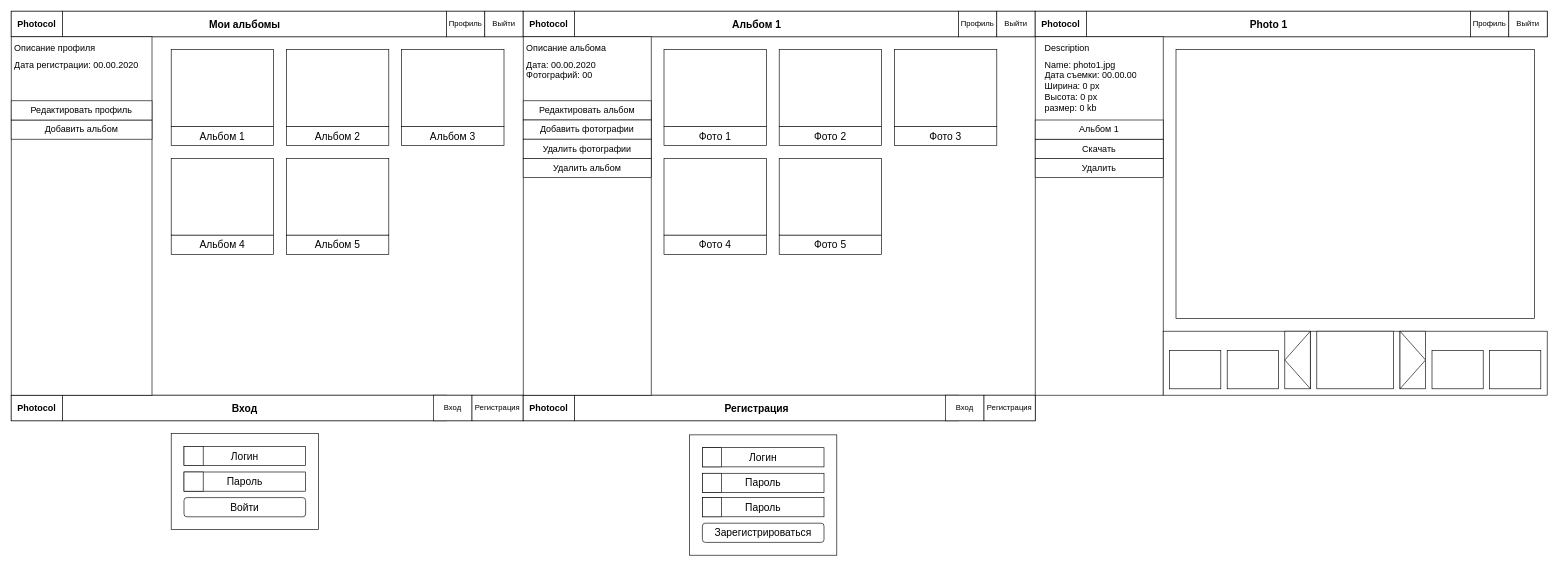
This is page "PageLayout" (2 of 2) of photocol.drawio from kolokolov-i/photocol, a draw.io file, before an edit. Source tidied: cells renumbered, new cells numbered last; positions are measured from the earlier drawing's top-left corner, leaving out a move shared by most shapes. Both pictures are drawn from the tidied source at 64%, with x=0, y=0 at pixel (11, 11).
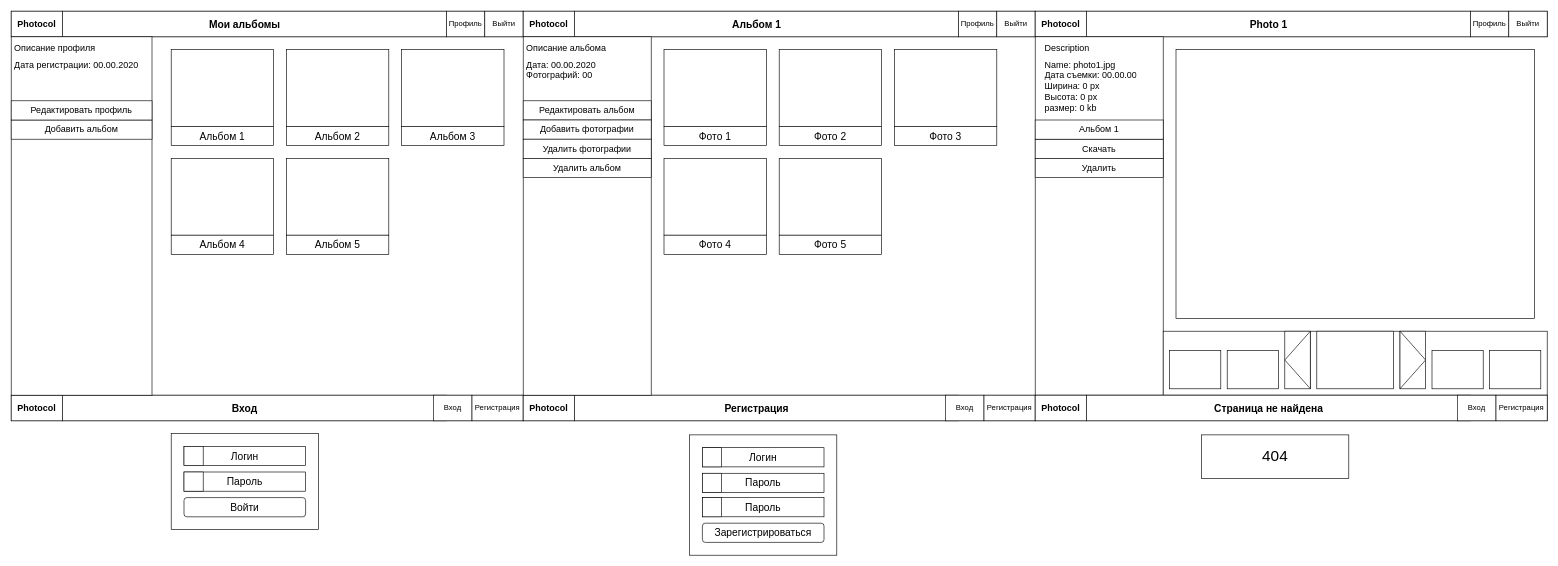
After the change.

Change to the diagram source:
```diff
@@
+    <mxCell id="104" style="html=1;shadow=0;dashed=0;shape=mxgraph.bootstrap.rect;whiteSpace=wrap;" parent="1" vertex="1">
+      <mxGeometry x="1600" y="600" width="800" height="40" as="geometry" />
+    </mxCell>
+    <mxCell id="105" value="Photocol" style="html=1;shadow=0;dashed=0;shape=mxgraph.bootstrap.rect;fontSize=14;whiteSpace=wrap;fontStyle=1;" parent="104" vertex="1">
+      <mxGeometry width="80" height="40" as="geometry" />
+    </mxCell>
+    <mxCell id="106" value="Страница не найдена" style="html=1;shadow=0;dashed=0;shape=mxgraph.bootstrap.rect;spacingRight=30;whiteSpace=wrap;fontSize=16;fontStyle=1;" parent="104" vertex="1">
+      <mxGeometry x="80" width="600" height="40" as="geometry" />
+    </mxCell>
+    <mxCell id="107" value="Вход" style="html=1;shadow=0;dashed=0;shape=mxgraph.bootstrap.rect;whiteSpace=wrap;" parent="104" vertex="1">
+      <mxGeometry x="660" width="60" height="40" as="geometry" />
+    </mxCell>
+    <mxCell id="108" value="Регистрация" style="html=1;shadow=0;dashed=0;shape=mxgraph.bootstrap.rect;whiteSpace=wrap;" parent="104" vertex="1">
+      <mxGeometry x="720" width="80" height="40" as="geometry" />
+    </mxCell>
+    <mxCell id="109" value="404" style="rounded=0;whiteSpace=wrap;html=1;fontSize=24;fontColor=#000000;" parent="1" vertex="1">
+      <mxGeometry x="1860" y="662" width="230" height="68" as="geometry" />
+    </mxCell>
```
